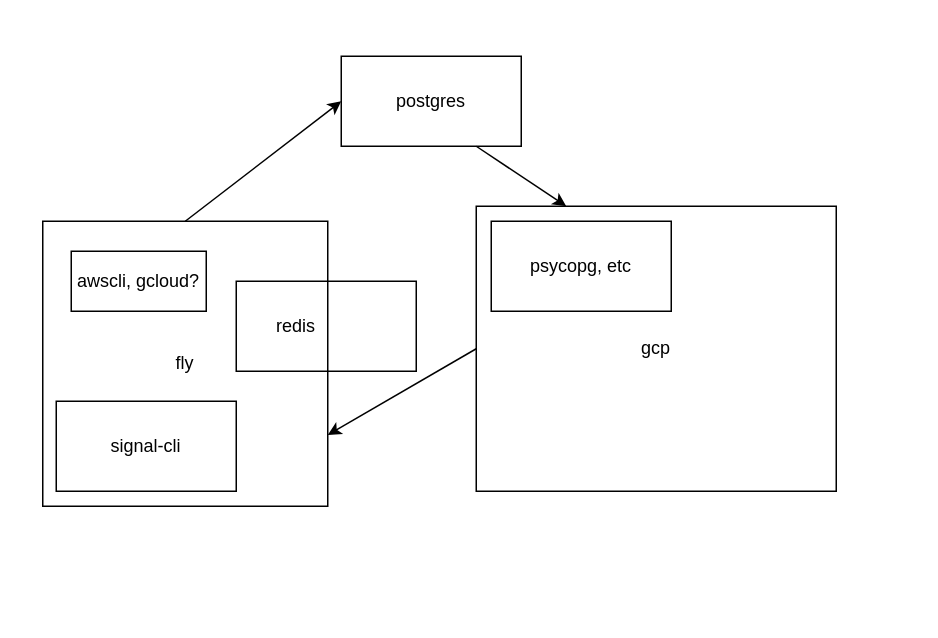
The draw.io diagram Untitled Diagram.drawio in technillogue/xyz, before the edit. Source tidied: cells renumbered, new cells numbered last; positions are measured from the earlier drawing's top-left corner, leaving out a move shared by most shapes. Both pictures are drawn from the tidied source at 150%, with x=0, y=0 at pixel (42, 56).
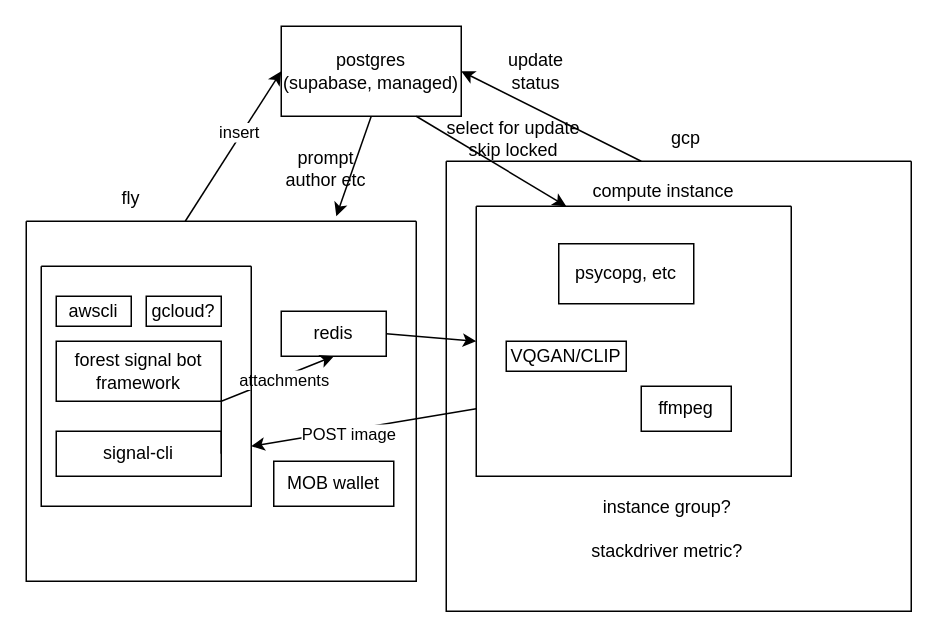
After the change.

What changed in the source:
```diff
@@
+    <mxCell id="3" value="postgres&lt;br&gt;(supabase, managed)" style="rounded=0;whiteSpace=wrap;html=1;" parent="1" vertex="1">
+      <mxGeometry x="159" y="-20" width="120" height="60" as="geometry" />
+    </mxCell>
+    <mxCell id="9" style="endArrow=classic;html=1;rounded=0;exitX=0.75;exitY=1;exitDx=0;exitDy=0;entryX=0.25;entryY=0;entryDx=0;entryDy=0;" parent="1" edge="1" source="3">
+      <mxGeometry relative="1" as="geometry">
+        <mxPoint x="349" y="100" as="targetPoint" />
+      </mxGeometry>
+    </mxCell>
+    <mxCell id="11" style="endArrow=classic;html=1;rounded=0;entryX=0;entryY=0.5;entryDx=0;entryDy=0;exitX=0.5;exitY=0;exitDx=0;exitDy=0;" parent="1" edge="1" target="3">
+      <mxGeometry relative="1" as="geometry">
+        <mxPoint x="95" y="110" as="sourcePoint" />
+      </mxGeometry>
+    </mxCell>
+    <mxCell id="12" value="insert" style="edgeLabel;html=1;align=center;verticalAlign=middle;" parent="11" vertex="1">
+      <mxGeometry x="0.16" y="2" relative="1" as="geometry" />
+    </mxCell>
+    <mxCell id="13" style="swimlane;startSize=0;fillColor=none;" parent="1" vertex="1">
+      <mxGeometry x="-11" y="110" width="260" height="240" as="geometry" />
+    </mxCell>
-    <mxCell id="2" value="signal-cli" style="rounded=0;whiteSpace=wrap;html=1;" parent="1" vertex="1">
-      <mxGeometry x="9" y="230" width="120" height="60" as="geometry" />
+    <mxCell id="2" value="signal-cli" style="rounded=0;whiteSpace=wrap;html=1;" parent="13" vertex="1">
+      <mxGeometry x="20" y="140" width="110" height="30" as="geometry" />
     </mxCell>
-    <mxCell id="3" value="postgres" style="rounded=0;whiteSpace=wrap;html=1;" parent="1" vertex="1">
-      <mxGeometry x="199" width="120" height="60" as="geometry" />
-    </mxCell>
+    <mxCell id="14" value="forest signal bot framework" style="rounded=0;whiteSpace=wrap;html=1;fillColor=none;" parent="13" vertex="1">
+      <mxGeometry x="20" y="80" width="110" height="40" as="geometry" />
+    </mxCell>
+    <mxCell id="6" value="redis" style="rounded=0;whiteSpace=wrap;html=1;fillColor=none;" parent="13" vertex="1">
+      <mxGeometry x="170" y="60" width="70" height="30" as="geometry" />
+    </mxCell>
+    <mxCell id="10" style="endArrow=classic;html=1;rounded=0;entryX=0.5;entryY=1;entryDx=0;entryDy=0;exitX=1;exitY=0.5;exitDx=0;exitDy=0;" parent="13" edge="1" source="2" target="6">
+      <mxGeometry relative="1" as="geometry">
+        <Array as="points">
+          <mxPoint x="130" y="120" />
+        </Array>
+      </mxGeometry>
+    </mxCell>
+    <mxCell id="15" value="attachments" style="edgeLabel;html=1;align=center;verticalAlign=middle;" parent="10" vertex="1">
+      <mxGeometry x="0.37" y="-1" relative="1" as="geometry">
+        <mxPoint y="1" as="offset" />
+      </mxGeometry>
+    </mxCell>
+    <mxCell id="16" value="gcloud?" style="rounded=0;whiteSpace=wrap;html=1;fillColor=none;" parent="13" vertex="1">
+      <mxGeometry x="80" y="50" width="50" height="20" as="geometry" />
+    </mxCell>
+    <mxCell id="5" value="awscli" style="rounded=0;whiteSpace=wrap;html=1;fillColor=none;" parent="13" vertex="1">
+      <mxGeometry x="20" y="50" width="50" height="20" as="geometry" />
+    </mxCell>
+    <mxCell id="17" style="swimlane;startSize=0;fillColor=none;" parent="13" vertex="1">
+      <mxGeometry x="10" y="30" width="140" height="160" as="geometry" />
+    </mxCell>
+    <mxCell id="18" value="MOB wallet" style="rounded=0;whiteSpace=wrap;html=1;fillColor=none;" parent="13" vertex="1">
+      <mxGeometry x="165" y="160" width="80" height="30" as="geometry" />
+    </mxCell>
+    <mxCell id="19" style="swimlane;startSize=0;fillColor=none;" parent="1" vertex="1">
+      <mxGeometry x="289" y="100" width="210" height="180" as="geometry" />
+    </mxCell>
+    <mxCell id="20" value="ffmpeg" style="rounded=0;whiteSpace=wrap;html=1;fillColor=none;" parent="19" vertex="1">
+      <mxGeometry x="110" y="120" width="60" height="30" as="geometry" />
+    </mxCell>
+    <mxCell id="8" value="psycopg, etc" style="rounded=0;whiteSpace=wrap;html=1;fillColor=none;" parent="19" vertex="1">
+      <mxGeometry x="55" y="25" width="90" height="40" as="geometry" />
+    </mxCell>
+    <mxCell id="21" style="swimlane;startSize=0;fillColor=none;" parent="19" vertex="1">
+      <mxGeometry x="-20" y="-30" width="310" height="300" as="geometry" />
+    </mxCell>
+    <mxCell id="22" value="instance group?&lt;br&gt;&lt;br&gt;stackdriver metric?&lt;br&gt;" style="text;html=1;strokeColor=none;fillColor=none;align=center;verticalAlign=middle;whiteSpace=wrap;rounded=0;" parent="21" vertex="1">
+      <mxGeometry x="75" y="230" width="145" height="30" as="geometry" />
+    </mxCell>
+    <mxCell id="23" style="endArrow=classic;html=1;rounded=0;exitX=1;exitY=0.5;exitDx=0;exitDy=0;entryX=0;entryY=0.5;entryDx=0;entryDy=0;" parent="1" edge="1" source="6" target="19">
+      <mxGeometry relative="1" as="geometry" />
+    </mxCell>
+    <mxCell id="24" value="VQGAN/CLIP" style="rounded=0;whiteSpace=wrap;html=1;fillColor=none;" parent="1" vertex="1">
+      <mxGeometry x="309" y="190" width="80" height="20" as="geometry" />
+    </mxCell>
+    <mxCell id="25" value="compute instance" style="text;html=1;strokeColor=none;fillColor=none;align=center;verticalAlign=middle;whiteSpace=wrap;rounded=0;" parent="1" vertex="1">
+      <mxGeometry x="359" y="80" width="110" height="20" as="geometry" />
+    </mxCell>
+    <mxCell id="7" value="gcp" style="text;html=1;strokeColor=none;fillColor=none;align=center;verticalAlign=middle;whiteSpace=wrap;rounded=0;" parent="1" vertex="1">
+      <mxGeometry x="399" y="40" width="60" height="30" as="geometry" />
+    </mxCell>
-    <mxCell id="4" value="fly" style="whiteSpace=wrap;html=1;fillColor=none;" parent="1" vertex="1">
-      <mxGeometry y="110" width="190" height="190" as="geometry" />
+    <mxCell id="4" value="fly" style="text;html=1;strokeColor=none;fillColor=none;align=center;verticalAlign=middle;whiteSpace=wrap;rounded=0;" parent="1" vertex="1">
+      <mxGeometry x="29" y="80" width="60" height="30" as="geometry" />
     </mxCell>
-    <mxCell id="5" value="awscli, gcloud?" style="rounded=0;whiteSpace=wrap;html=1;fillColor=none;" parent="1" vertex="1">
-      <mxGeometry x="19" y="130" width="90" height="40" as="geometry" />
-    </mxCell>
-    <mxCell id="6" value="redis&amp;nbsp; &amp;nbsp; &amp;nbsp; &amp;nbsp; &amp;nbsp; &amp;nbsp;&amp;nbsp;" style="rounded=0;whiteSpace=wrap;html=1;fillColor=none;" parent="1" vertex="1">
-      <mxGeometry x="129" y="150" width="120" height="60" as="geometry" />
-    </mxCell>
-    <mxCell id="7" value="gcp" style="rounded=0;whiteSpace=wrap;html=1;fillColor=none;" parent="1" vertex="1">
-      <mxGeometry x="289" y="100" width="240" height="190" as="geometry" />
-    </mxCell>
-    <mxCell id="8" value="psycopg, etc" style="rounded=0;whiteSpace=wrap;html=1;fillColor=none;" parent="1" vertex="1">
-      <mxGeometry x="299" y="110" width="120" height="60" as="geometry" />
-    </mxCell>
-    <mxCell id="9" style="endArrow=classic;html=1;rounded=0;exitX=0.75;exitY=1;exitDx=0;exitDy=0;entryX=0.25;entryY=0;entryDx=0;entryDy=0;" parent="1" edge="1" source="3" target="7">
-      <mxGeometry relative="1" as="geometry" />
-    </mxCell>
-    <mxCell id="10" style="endArrow=classic;html=1;rounded=0;entryX=1;entryY=0.75;entryDx=0;entryDy=0;exitX=0;exitY=0.5;exitDx=0;exitDy=0;" parent="1" edge="1" source="7" target="4">
-      <mxGeometry relative="1" as="geometry" />
-    </mxCell>
-    <mxCell id="11" style="endArrow=classic;html=1;rounded=0;entryX=0;entryY=0.5;entryDx=0;entryDy=0;exitX=0.5;exitY=0;exitDx=0;exitDy=0;" parent="1" edge="1" source="4" target="3">
-      <mxGeometry relative="1" as="geometry" />
-    </mxCell>
+    <mxCell id="26" value="select for update skip locked" style="text;html=1;strokeColor=none;fillColor=none;align=center;verticalAlign=middle;whiteSpace=wrap;rounded=0;" parent="1" vertex="1">
+      <mxGeometry x="259" y="40" width="110" height="30" as="geometry" />
+    </mxCell>
+    <mxCell id="27" style="endArrow=classic;html=1;rounded=0;entryX=1;entryY=0.5;entryDx=0;entryDy=0;exitX=0;exitY=1;exitDx=0;exitDy=0;" parent="1" edge="1" source="7" target="3">
+      <mxGeometry relative="1" as="geometry" />
+    </mxCell>
+    <mxCell id="28" value="update status" style="text;html=1;strokeColor=none;fillColor=none;align=center;verticalAlign=middle;whiteSpace=wrap;rounded=0;" parent="1" vertex="1">
+      <mxGeometry x="299" y="-5" width="60" height="30" as="geometry" />
+    </mxCell>
+    <mxCell id="29" style="endArrow=classic;html=1;rounded=0;exitX=0.5;exitY=1;exitDx=0;exitDy=0;entryX=0.795;entryY=-0.014;entryDx=0;entryDy=0;entryPerimeter=0;" parent="1" edge="1" source="3" target="13">
+      <mxGeometry relative="1" as="geometry" />
+    </mxCell>
+    <mxCell id="30" value="prompt author etc" style="text;html=1;strokeColor=none;fillColor=none;align=center;verticalAlign=middle;whiteSpace=wrap;rounded=0;" parent="1" vertex="1">
+      <mxGeometry x="159" y="60" width="60" height="30" as="geometry" />
+    </mxCell>
+    <mxCell id="31" style="endArrow=classic;html=1;rounded=0;entryX=1;entryY=0.75;entryDx=0;entryDy=0;exitX=0;exitY=0.75;exitDx=0;exitDy=0;" parent="1" edge="1" source="19" target="17">
+      <mxGeometry relative="1" as="geometry" />
+    </mxCell>
+    <mxCell id="32" value="POST image" style="edgeLabel;html=1;align=center;verticalAlign=middle;" parent="31" vertex="1">
+      <mxGeometry x="0.14" y="2" relative="1" as="geometry" />
+    </mxCell>
```
